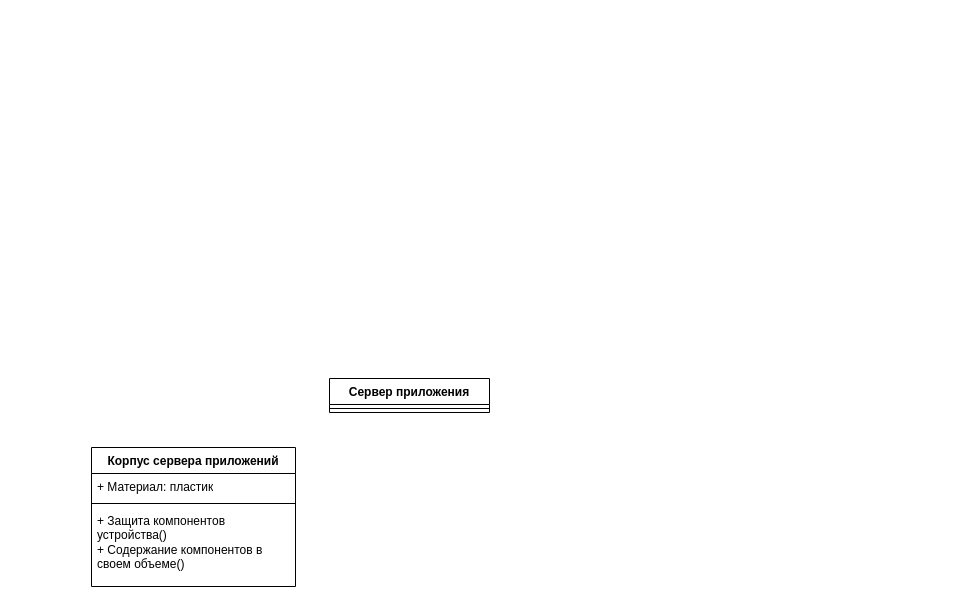
Earlier version of the draw.io diagram Определение проекта АИС "Сервер приложения".drawio (hiff0/db-city-council). Source tidied: cells renumbered, new cells numbered last; positions are measured from the earlier drawing's top-left corner, leaving out a move shared by most shapes. Both pictures are drawn from the tidied source at 100%, with x=0, y=0 at pixel (91, 378).
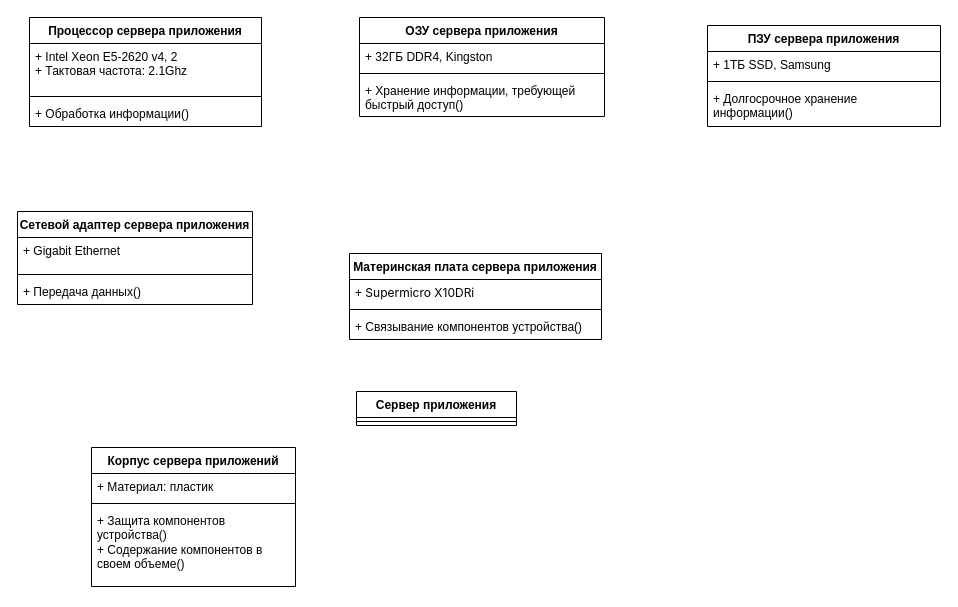
After the change.

Change to the diagram source:
```diff
@@
     <mxCell id="2" value="Сервер приложения" style="swimlane;fontStyle=1;align=center;verticalAlign=top;horizontal=1;startSize=26;whiteSpace=wrap;html=1;" parent="1" vertex="1">
-      <mxGeometry x="238" width="160" height="34" as="geometry" />
+      <mxGeometry x="265" y="13" width="160" height="34" as="geometry" />
     </mxCell>
@@
+    <mxCell id="8" value="Материнская плата сервера приложения" style="swimlane;fontStyle=1;align=center;verticalAlign=top;horizontal=1;startSize=26;whiteSpace=wrap;html=1;" parent="1" vertex="1">
+      <mxGeometry x="258" y="-125" width="252" height="86" as="geometry" />
+    </mxCell>
+    <mxCell id="9" value="&lt;span style=&quot;background-color: rgb(255, 255, 255);&quot;&gt;&lt;font style=&quot;font-size: 12px;&quot;&gt;+&amp;nbsp;&lt;span style=&quot;font-family: Inter, -apple-system, BlinkMacSystemFont, &amp;quot;Segoe UI&amp;quot;, Roboto, Helvetica, Arial, sans-serif, &amp;quot;Apple Color Emoji&amp;quot;, &amp;quot;Segoe UI Emoji&amp;quot;, &amp;quot;Segoe UI Symbol&amp;quot;; white-space-collapse: preserve;&quot;&gt;Supermicro X10DRi&lt;/span&gt;&lt;/font&gt;&lt;/span&gt;&lt;div style=&quot;&quot;&gt;&lt;span style=&quot;background-color: rgb(255, 255, 255);&quot;&gt;&lt;span style=&quot;font-family: Inter, -apple-system, BlinkMacSystemFont, &amp;quot;Segoe UI&amp;quot;, Roboto, Helvetica, Arial, sans-serif, &amp;quot;Apple Color Emoji&amp;quot;, &amp;quot;Segoe UI Emoji&amp;quot;, &amp;quot;Segoe UI Symbol&amp;quot;; font-size: 16px; white-space-collapse: preserve;&quot;&gt;&lt;br&gt;&lt;/span&gt;&lt;/span&gt;&lt;/div&gt;" style="text;strokeColor=none;fillColor=none;align=left;verticalAlign=top;spacingLeft=4;spacingRight=4;overflow=hidden;whiteSpace=wrap;html=1;" parent="8" vertex="1">
+      <mxGeometry y="26" width="252" height="26" as="geometry" />
+    </mxCell>
+    <mxCell id="10" style="line;strokeWidth=1;fillColor=none;align=left;verticalAlign=middle;spacingTop=-1;spacingLeft=3;spacingRight=3;labelPosition=right;strokeColor=inherit;" parent="8" vertex="1">
+      <mxGeometry y="52" width="252" height="8" as="geometry" />
+    </mxCell>
+    <mxCell id="11" value="+ Связывание компонентов устройства()" style="text;strokeColor=none;fillColor=none;align=left;verticalAlign=top;spacingLeft=4;spacingRight=4;overflow=hidden;whiteSpace=wrap;html=1;" parent="8" vertex="1">
+      <mxGeometry y="60" width="252" height="26" as="geometry" />
+    </mxCell>
+    <mxCell id="12" value="Процессор сервера приложения" style="swimlane;fontStyle=1;align=center;verticalAlign=top;horizontal=1;startSize=26;whiteSpace=wrap;html=1;" parent="1" vertex="1">
+      <mxGeometry x="-62" y="-361" width="232" height="109" as="geometry" />
+    </mxCell>
+    <mxCell id="13" value="+ Intel Xeon E5-2620 v4, 2&lt;div&gt;+ Тактовая частота: 2.1Ghz&lt;/div&gt;" style="text;strokeColor=none;fillColor=none;align=left;verticalAlign=top;spacingLeft=4;spacingRight=4;overflow=hidden;whiteSpace=wrap;html=1;" parent="12" vertex="1">
+      <mxGeometry y="26" width="232" height="49" as="geometry" />
+    </mxCell>
+    <mxCell id="14" style="line;strokeWidth=1;fillColor=none;align=left;verticalAlign=middle;spacingTop=-1;spacingLeft=3;spacingRight=3;labelPosition=right;strokeColor=inherit;" parent="12" vertex="1">
+      <mxGeometry y="75" width="232" height="8" as="geometry" />
+    </mxCell>
+    <mxCell id="15" value="+ Обработка информации()" style="text;strokeColor=none;fillColor=none;align=left;verticalAlign=top;spacingLeft=4;spacingRight=4;overflow=hidden;whiteSpace=wrap;html=1;" parent="12" vertex="1">
+      <mxGeometry y="83" width="232" height="26" as="geometry" />
+    </mxCell>
+    <mxCell id="16" value="ОЗУ сервера приложения" style="swimlane;fontStyle=1;align=center;verticalAlign=top;horizontal=1;startSize=26;whiteSpace=wrap;html=1;" parent="1" vertex="1">
+      <mxGeometry x="268" y="-361" width="245" height="99" as="geometry" />
+    </mxCell>
+    <mxCell id="17" value="+ 32ГБ DDR4, Kingston" style="text;strokeColor=none;fillColor=none;align=left;verticalAlign=top;spacingLeft=4;spacingRight=4;overflow=hidden;whiteSpace=wrap;html=1;" parent="16" vertex="1">
+      <mxGeometry y="26" width="245" height="26" as="geometry" />
+    </mxCell>
+    <mxCell id="18" style="line;strokeWidth=1;fillColor=none;align=left;verticalAlign=middle;spacingTop=-1;spacingLeft=3;spacingRight=3;labelPosition=right;strokeColor=inherit;" parent="16" vertex="1">
+      <mxGeometry y="52" width="245" height="8" as="geometry" />
+    </mxCell>
+    <mxCell id="19" value="+ Хранение информации, требующей быстрый доступ()" style="text;strokeColor=none;fillColor=none;align=left;verticalAlign=top;spacingLeft=4;spacingRight=4;overflow=hidden;whiteSpace=wrap;html=1;" parent="16" vertex="1">
+      <mxGeometry y="60" width="245" height="39" as="geometry" />
+    </mxCell>
+    <mxCell id="20" value="ПЗУ сервера приложения" style="swimlane;fontStyle=1;align=center;verticalAlign=top;horizontal=1;startSize=26;whiteSpace=wrap;html=1;" parent="1" vertex="1">
+      <mxGeometry x="616" y="-353" width="233" height="101" as="geometry" />
+    </mxCell>
+    <mxCell id="21" value="+ 1ТБ SSD, Samsung" style="text;strokeColor=none;fillColor=none;align=left;verticalAlign=top;spacingLeft=4;spacingRight=4;overflow=hidden;whiteSpace=wrap;html=1;" parent="20" vertex="1">
+      <mxGeometry y="26" width="233" height="26" as="geometry" />
+    </mxCell>
+    <mxCell id="22" style="line;strokeWidth=1;fillColor=none;align=left;verticalAlign=middle;spacingTop=-1;spacingLeft=3;spacingRight=3;labelPosition=right;strokeColor=inherit;" parent="20" vertex="1">
+      <mxGeometry y="52" width="233" height="8" as="geometry" />
+    </mxCell>
+    <mxCell id="23" value="+ Долгосрочное хранение информации()" style="text;strokeColor=none;fillColor=none;align=left;verticalAlign=top;spacingLeft=4;spacingRight=4;overflow=hidden;whiteSpace=wrap;html=1;" parent="20" vertex="1">
+      <mxGeometry y="60" width="233" height="41" as="geometry" />
+    </mxCell>
+    <mxCell id="24" value="Сетевой адаптер сервера приложения" style="swimlane;fontStyle=1;align=center;verticalAlign=top;horizontal=1;startSize=26;whiteSpace=wrap;html=1;" parent="1" vertex="1">
+      <mxGeometry x="-74" y="-167" width="235" height="93" as="geometry" />
+    </mxCell>
+    <mxCell id="25" value="+ Gigabit Ethernet" style="text;strokeColor=none;fillColor=none;align=left;verticalAlign=top;spacingLeft=4;spacingRight=4;overflow=hidden;whiteSpace=wrap;html=1;" parent="24" vertex="1">
+      <mxGeometry y="26" width="235" height="33" as="geometry" />
+    </mxCell>
+    <mxCell id="26" style="line;strokeWidth=1;fillColor=none;align=left;verticalAlign=middle;spacingTop=-1;spacingLeft=3;spacingRight=3;labelPosition=right;strokeColor=inherit;" parent="24" vertex="1">
+      <mxGeometry y="59" width="235" height="8" as="geometry" />
+    </mxCell>
+    <mxCell id="27" value="+ Передача данных()" style="text;strokeColor=none;fillColor=none;align=left;verticalAlign=top;spacingLeft=4;spacingRight=4;overflow=hidden;whiteSpace=wrap;html=1;" parent="24" vertex="1">
+      <mxGeometry y="67" width="235" height="26" as="geometry" />
+    </mxCell>
```
